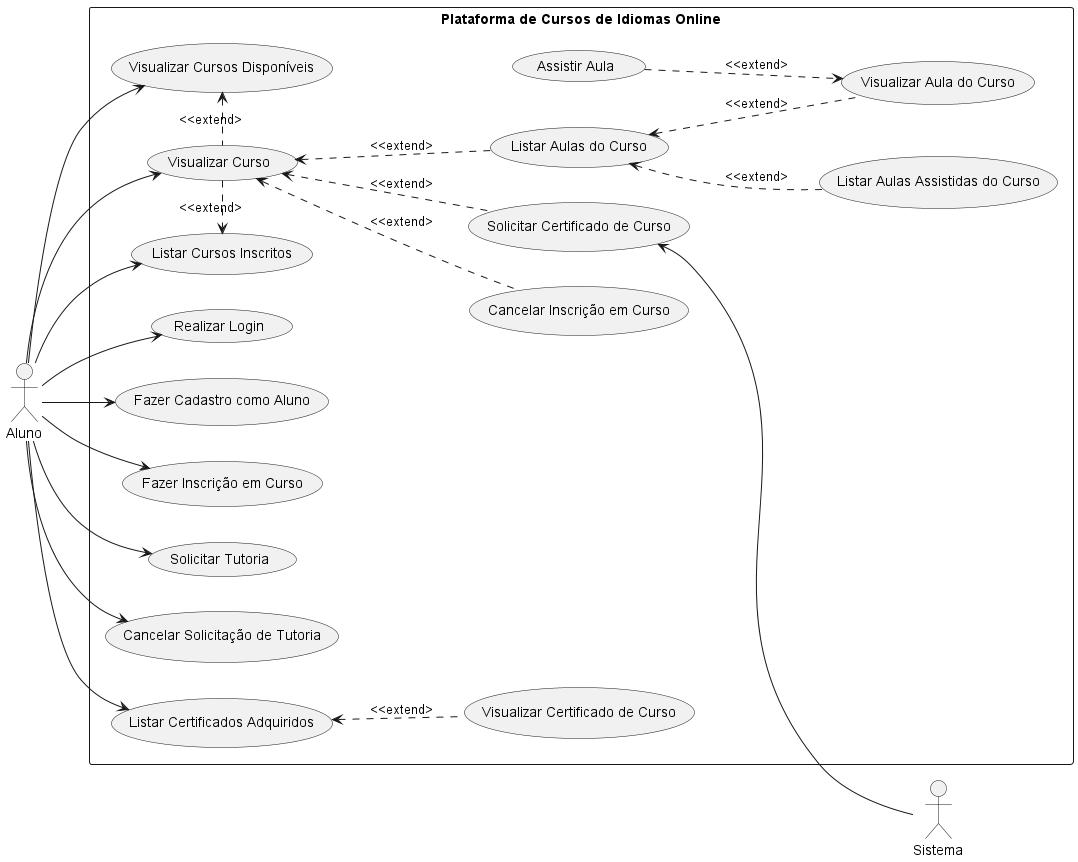
Earlier version of the PlantUML export out/projeto-1Unidade/aluno/Plataforma de Cursos de Idiomas Online.png (Nicolas-Emanuel7/Atividades-APS). The source it was exported from:
```plantuml
@startuml "Plataforma de Cursos de Idiomas Online"
left to right direction

:Aluno: as aluno
:Sistema: as sistema


rectangle "Plataforma de Cursos de Idiomas Online"{
    (Visualizar Curso) as visualizar_curso
    (Visualizar Aula do Curso) as visualizar_aula_curso
    (Listar Aulas do Curso) as listar_aulas_curso
    (Listar Cursos Inscritos) as listar_cursos_inscritos

    (Realizar Login) as realizar_login

    (Fazer Cadastro como Aluno) as fazer_cadastro_aluno
    (Visualizar Cursos Disponíveis) as visualizar_cursos_disponiveis
    (Fazer Inscrição em Curso) as fazer_inscricao_curso
    (Cancelar Inscrição em Curso) as cancelar_inscricao_curso
    (Assistir Aula) as assistir_aula
    (Listar Aulas Assistidas do Curso) as listar_aulas_assistidas_curso
    (Solicitar Tutoria) as solicitar_tutoria
    (Cancelar Solicitação de Tutoria) as cancelar_solicitacao_tutoria
    (Solicitar Certificado de Curso) as solicitar_certificado_curso
    (Visualizar Certificado de Curso) as visualizar_certificado_curso
    (Listar Certificados Adquiridos) as listar_certificados_adquiridos
}

aluno --> fazer_cadastro_aluno
aluno --> realizar_login

aluno --> visualizar_cursos_disponiveis

visualizar_cursos_disponiveis <.right. visualizar_curso: <<extend>

aluno --> listar_cursos_inscritos

listar_cursos_inscritos <.left. visualizar_curso: <<extend>

aluno --> fazer_inscricao_curso
aluno --> visualizar_curso

visualizar_curso <.down. cancelar_inscricao_curso: <<extend>
visualizar_curso <.down. listar_aulas_curso: <<extend>
visualizar_curso <.down. solicitar_certificado_curso: <<extend>

listar_aulas_curso <.down. visualizar_aula_curso: <<extend>
listar_aulas_curso <.down. listar_aulas_assistidas_curso: <<extend>

visualizar_aula_curso <.up. assistir_aula: <<extend>

aluno --> listar_certificados_adquiridos

listar_certificados_adquiridos <.down. visualizar_certificado_curso: <<extend>

aluno --> solicitar_tutoria
aluno --> cancelar_solicitacao_tutoria

sistema -up-> solicitar_certificado_curso

@enduml
```
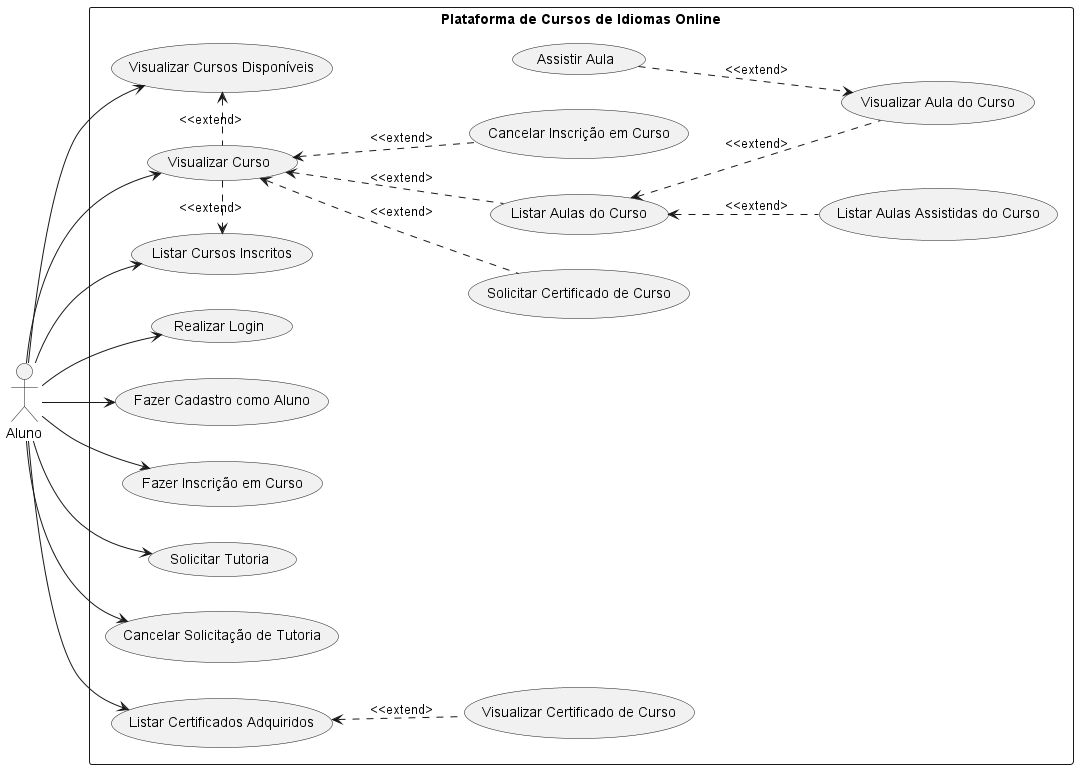
Above is the later version.

Change to the diagram source:
```diff
@@ -2,7 +2,6 @@
 left to right direction
 
 :Aluno: as aluno
-:Sistema: as sistema
 
 
 rectangle "Plataforma de Cursos de Idiomas Online"{
@@ -56,6 +55,4 @@
 aluno --> solicitar_tutoria
 aluno --> cancelar_solicitacao_tutoria
 
-sistema -up-> solicitar_certificado_curso
-
 @enduml
```
